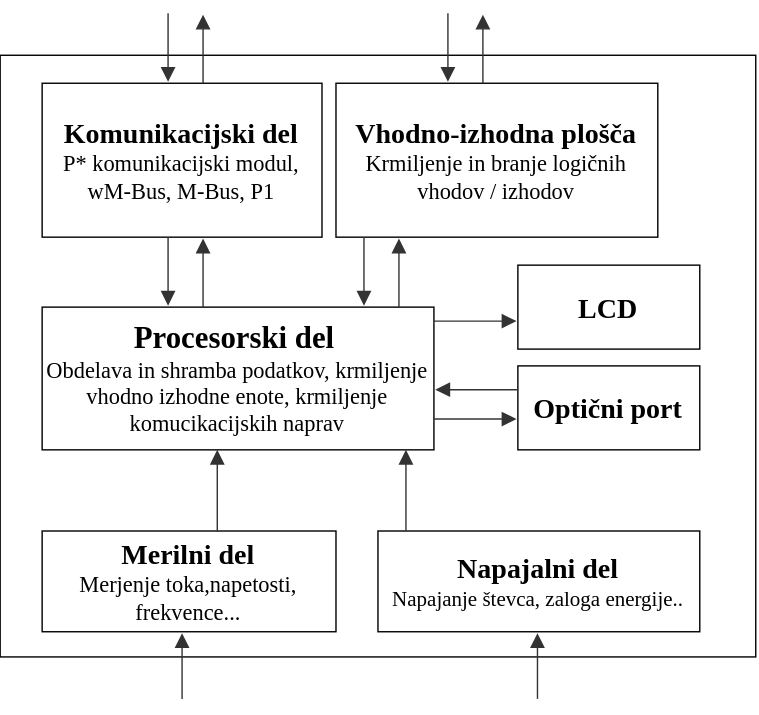
harka069/mag keeps this draw.io diagram as Slike/blok_shema_stevc.svg. Above is the earlier version. Source tidied: cells renumbered, new cells last; positions are measured from the earlier drawing's top-left corner, leaving out a move shared by most shapes.
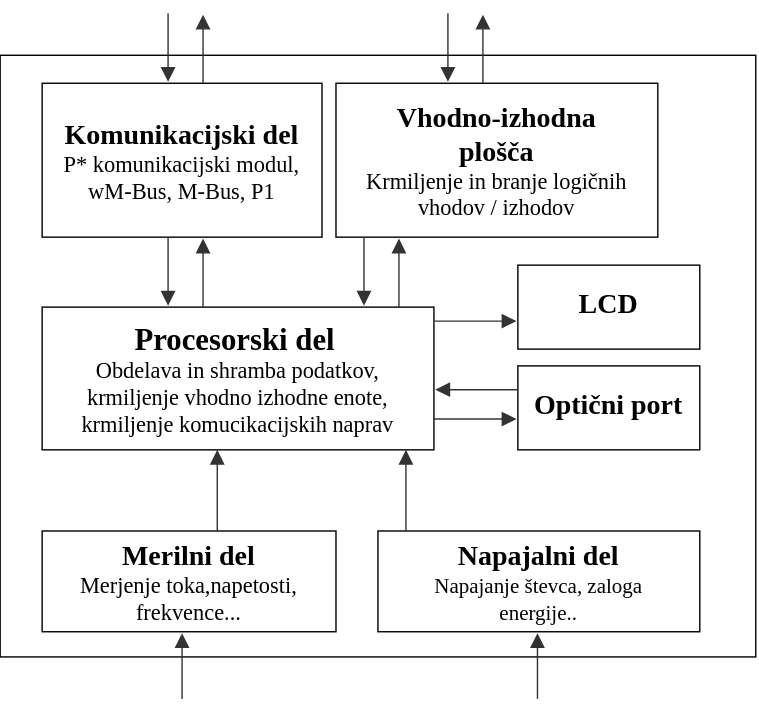
Above is the later version.

What changed in the source:
```diff
@@ -2,40 +2,40 @@
   <root>
     <mxCell id="0" />
     <mxCell id="1" parent="0" />
-    <mxCell id="2" style="rounded=0;html=1;whiteSpace=wrap;fontFamily=Latin Modern;" parent="1" vertex="1">
+    <mxCell id="2" style="rounded=0;html=1;whiteSpace=wrap;fontFamily=Latin Modern;convertToSvg=1;svgWhiteSpace=wrap;" parent="1" vertex="1">
       <mxGeometry x="250" y="100" width="540" height="430" as="geometry" />
     </mxCell>
-    <mxCell id="3" style="group;transparentBounds=1;editIcon=1;lockedGroup=0;groupPadding=10;whiteSpace=wrap;html=1;fontFamily=Latin Modern;" parent="1" vertex="1">
+    <mxCell id="3" style="group;transparentBounds=1;editIcon=1;lockedGroup=0;groupPadding=10;whiteSpace=wrap;html=1;fontFamily=Latin Modern;convertToSvg=1;svgWhiteSpace=wrap;" parent="1" vertex="1">
       <mxGeometry width="760" height="522" as="geometry" />
     </mxCell>
-    <mxCell id="4" value="&lt;div&gt;&lt;b&gt;&lt;font style=&quot;font-size: 20px;&quot;&gt;Merilni del&lt;/font&gt;&lt;/b&gt;&lt;/div&gt;&lt;div&gt;Merjenje toka,napetosti, frekvence...&lt;/div&gt;" style="html=1;strokeWidth=1;fontFamily=Latin Modern;fontSize=16;whiteSpace=wrap;" parent="3" vertex="1">
+    <mxCell id="4" value="&lt;div&gt;&lt;b&gt;&lt;font style=&quot;font-size: 20px;&quot;&gt;Merilni del&lt;/font&gt;&lt;/b&gt;&lt;/div&gt;&lt;div&gt;Merjenje toka,napetosti, frekvence...&lt;/div&gt;" style="html=1;strokeWidth=1;fontFamily=Latin Modern;fontSize=16;whiteSpace=wrap;convertToSvg=1;svgWhiteSpace=wrap;" parent="3" vertex="1">
       <mxGeometry x="280" y="440" width="210" height="72" as="geometry" />
     </mxCell>
-    <mxCell id="5" value="&lt;div&gt;&lt;b&gt;&lt;font style=&quot;font-size: 22px;&quot;&gt;Procesorski del&lt;/font&gt;&amp;nbsp;&lt;/b&gt;&lt;/div&gt;&lt;div&gt;Obdelava in shramba podatkov, krmiljenje vhodno izhodne enote, krmiljenje komucikacijskih naprav&lt;/div&gt;" style="html=1;strokeWidth=1;fontFamily=Latin Modern;fontSize=16;whiteSpace=wrap;" parent="3" vertex="1">
+    <mxCell id="5" value="&lt;div&gt;&lt;b&gt;&lt;font style=&quot;font-size: 22px;&quot;&gt;Procesorski del&lt;/font&gt;&amp;nbsp;&lt;/b&gt;&lt;/div&gt;&lt;div&gt;Obdelava in shramba podatkov, krmiljenje vhodno izhodne enote, krmiljenje komucikacijskih naprav&lt;/div&gt;" style="html=1;strokeWidth=1;fontFamily=Latin Modern;fontSize=16;whiteSpace=wrap;convertToSvg=1;svgWhiteSpace=wrap;" parent="3" vertex="1">
       <mxGeometry x="280" y="280" width="280" height="102" as="geometry" />
     </mxCell>
-    <mxCell id="6" value="&lt;div&gt;&lt;font&gt;&lt;b&gt;&lt;font style=&quot;font-size: 20px;&quot;&gt;Vhodno-izhodna plošča&lt;/font&gt;&lt;/b&gt;&lt;/font&gt;&lt;/div&gt;&lt;div&gt;&lt;font&gt;Krmiljenje in branje logičnih vhodov / izhodov&lt;/font&gt;&lt;/div&gt;" style="html=1;strokeWidth=1;fontFamily=Latin Modern;fontSize=16;whiteSpace=wrap;" parent="3" vertex="1">
+    <mxCell id="6" value="&lt;div&gt;&lt;font&gt;&lt;b&gt;&lt;font style=&quot;font-size: 20px;&quot;&gt;Vhodno-izhodna plošča&lt;/font&gt;&lt;/b&gt;&lt;/font&gt;&lt;/div&gt;&lt;div&gt;&lt;font&gt;Krmiljenje in branje logičnih vhodov / izhodov&lt;/font&gt;&lt;/div&gt;" style="html=1;strokeWidth=1;fontFamily=Latin Modern;fontSize=16;whiteSpace=wrap;convertToSvg=1;svgWhiteSpace=wrap;" parent="3" vertex="1">
       <mxGeometry x="490" y="120" width="230" height="110" as="geometry" />
     </mxCell>
-    <mxCell id="7" value="&lt;div&gt;&lt;b&gt;&lt;font style=&quot;font-size: 20px;&quot;&gt;Komunikacijski del&lt;/font&gt;&lt;/b&gt;&lt;/div&gt;&lt;div&gt;P* komunikacijski modul, wM-Bus, M-Bus, P1&lt;/div&gt;" style="html=1;strokeWidth=1;fontFamily=Latin Modern;fontSize=16;whiteSpace=wrap;" parent="3" vertex="1">
+    <mxCell id="7" value="&lt;div&gt;&lt;b&gt;&lt;font style=&quot;font-size: 20px;&quot;&gt;Komunikacijski del&lt;/font&gt;&lt;/b&gt;&lt;/div&gt;&lt;div&gt;P* komunikacijski modul, wM-Bus, M-Bus, P1&lt;/div&gt;" style="html=1;strokeWidth=1;fontFamily=Latin Modern;fontSize=16;whiteSpace=wrap;convertToSvg=1;svgWhiteSpace=wrap;" parent="3" vertex="1">
       <mxGeometry x="280" y="120" width="200" height="110" as="geometry" />
     </mxCell>
-    <mxCell id="8" style="curved=1;startArrow=none;endArrow=block;endSize=8;endFill=1;strokeColor=light-dark(#333333,#cccccc);rounded=0;bezier=0;orthogonal=1;exitX=0.596;exitY=0.004;exitDx=0;exitDy=0;exitPerimeter=0;html=1;fontFamily=Latin Modern;" parent="3" edge="1" source="4" target="5">
+    <mxCell id="8" style="curved=1;startArrow=none;endArrow=block;endSize=8;endFill=1;strokeColor=light-dark(#333333,#cccccc);rounded=0;bezier=0;orthogonal=1;exitX=0.596;exitY=0.004;exitDx=0;exitDy=0;exitPerimeter=0;html=1;fontFamily=Latin Modern;convertToSvg=1;" parent="3" edge="1" source="4" target="5">
       <mxGeometry relative="1" as="geometry" />
     </mxCell>
-    <mxCell id="9" value="&lt;font style=&quot;font-size: 20px;&quot;&gt;&lt;b&gt;Optični port&lt;/b&gt;&lt;/font&gt;" style="rounded=0;html=1;whiteSpace=wrap;fontFamily=Latin Modern;" parent="3" vertex="1">
+    <mxCell id="9" value="&lt;font style=&quot;font-size: 20px;&quot;&gt;&lt;b&gt;Optični port&lt;/b&gt;&lt;/font&gt;" style="rounded=0;html=1;whiteSpace=wrap;fontFamily=Latin Modern;convertToSvg=1;svgWhiteSpace=wrap;" parent="3" vertex="1">
       <mxGeometry x="620" y="322" width="130" height="60" as="geometry" />
     </mxCell>
-    <mxCell id="10" value="&lt;b&gt;&lt;font style=&quot;font-size: 20px;&quot;&gt;LCD&lt;/font&gt;&lt;/b&gt;" style="rounded=0;html=1;whiteSpace=wrap;fontFamily=Latin Modern;" parent="3" vertex="1">
+    <mxCell id="10" value="&lt;b&gt;&lt;font style=&quot;font-size: 20px;&quot;&gt;LCD&lt;/font&gt;&lt;/b&gt;" style="rounded=0;html=1;whiteSpace=wrap;fontFamily=Latin Modern;convertToSvg=1;svgWhiteSpace=wrap;" parent="3" vertex="1">
       <mxGeometry x="620" y="250" width="130" height="60" as="geometry" />
     </mxCell>
-    <mxCell id="11" style="startArrow=none;endArrow=block;endSize=8;endFill=1;strokeColor=light-dark(#333333,#cccccc);rounded=0;exitX=0.25;exitY=0;exitDx=0;exitDy=0;edgeStyle=elbowEdgeStyle;orthogonal=1;startFill=0;elbow=vertical;html=1;fontFamily=Latin Modern;" parent="3" edge="1">
+    <mxCell id="11" style="startArrow=none;endArrow=block;endSize=8;endFill=1;strokeColor=light-dark(#333333,#cccccc);rounded=0;exitX=0.25;exitY=0;exitDx=0;exitDy=0;edgeStyle=elbowEdgeStyle;orthogonal=1;startFill=0;elbow=vertical;html=1;fontFamily=Latin Modern;convertToSvg=1;" parent="3" edge="1">
       <mxGeometry relative="1" as="geometry">
         <mxPoint x="560" y="290" as="sourcePoint" />
         <mxPoint x="619" y="290" as="targetPoint" />
       </mxGeometry>
     </mxCell>
-    <mxCell id="12" style="startArrow=none;endArrow=block;endSize=8;endFill=1;strokeColor=light-dark(#333333,#cccccc);rounded=0;exitX=0.25;exitY=0;exitDx=0;exitDy=0;edgeStyle=orthogonalEdgeStyle;html=1;fontFamily=Latin Modern;" parent="1" edge="1">
+    <mxCell id="12" style="startArrow=none;endArrow=block;endSize=8;endFill=1;strokeColor=light-dark(#333333,#cccccc);rounded=0;exitX=0.25;exitY=0;exitDx=0;exitDy=0;edgeStyle=orthogonalEdgeStyle;html=1;fontFamily=Latin Modern;convertToSvg=1;" parent="1" edge="1">
       <mxGeometry relative="1" as="geometry">
         <mxPoint x="535" y="280" as="sourcePoint" />
         <mxPoint x="535" y="231" as="targetPoint" />
@@ -45,7 +45,7 @@
         </Array>
       </mxGeometry>
     </mxCell>
-    <mxCell id="13" style="startArrow=none;endArrow=block;endSize=8;endFill=1;strokeColor=light-dark(#333333,#cccccc);rounded=0;entryX=0.154;entryY=-0.005;entryDx=0;entryDy=0;entryPerimeter=0;orthogonal=1;exitX=0.451;exitY=0.999;exitDx=0;exitDy=0;exitPerimeter=0;edgeStyle=orthogonalEdgeStyle;html=1;fontFamily=Latin Modern;" parent="1" edge="1">
+    <mxCell id="13" style="startArrow=none;endArrow=block;endSize=8;endFill=1;strokeColor=light-dark(#333333,#cccccc);rounded=0;entryX=0.154;entryY=-0.005;entryDx=0;entryDy=0;entryPerimeter=0;orthogonal=1;exitX=0.451;exitY=0.999;exitDx=0;exitDy=0;exitPerimeter=0;edgeStyle=orthogonalEdgeStyle;html=1;fontFamily=Latin Modern;convertToSvg=1;" parent="1" edge="1">
       <mxGeometry relative="1" as="geometry">
         <mxPoint x="510" y="230" as="sourcePoint" />
         <mxPoint x="510" y="279" as="targetPoint" />
@@ -54,7 +54,7 @@
         </Array>
       </mxGeometry>
     </mxCell>
-    <mxCell id="14" style="startArrow=none;endArrow=block;endSize=8;endFill=1;strokeColor=light-dark(#333333,#cccccc);rounded=0;exitX=0.25;exitY=0;exitDx=0;exitDy=0;edgeStyle=orthogonalEdgeStyle;html=1;fontFamily=Latin Modern;" parent="1" edge="1">
+    <mxCell id="14" style="startArrow=none;endArrow=block;endSize=8;endFill=1;strokeColor=light-dark(#333333,#cccccc);rounded=0;exitX=0.25;exitY=0;exitDx=0;exitDy=0;edgeStyle=orthogonalEdgeStyle;html=1;fontFamily=Latin Modern;convertToSvg=1;" parent="1" edge="1">
       <mxGeometry relative="1" as="geometry">
         <mxPoint x="395" y="280" as="sourcePoint" />
         <mxPoint x="395" y="231" as="targetPoint" />
@@ -64,7 +64,7 @@
         </Array>
       </mxGeometry>
     </mxCell>
-    <mxCell id="15" style="startArrow=none;endArrow=block;endSize=8;endFill=1;strokeColor=light-dark(#333333,#cccccc);rounded=0;entryX=0.154;entryY=-0.005;entryDx=0;entryDy=0;entryPerimeter=0;orthogonal=1;exitX=0.451;exitY=0.999;exitDx=0;exitDy=0;exitPerimeter=0;edgeStyle=orthogonalEdgeStyle;html=1;fontFamily=Latin Modern;" parent="1" edge="1">
+    <mxCell id="15" style="startArrow=none;endArrow=block;endSize=8;endFill=1;strokeColor=light-dark(#333333,#cccccc);rounded=0;entryX=0.154;entryY=-0.005;entryDx=0;entryDy=0;entryPerimeter=0;orthogonal=1;exitX=0.451;exitY=0.999;exitDx=0;exitDy=0;exitPerimeter=0;edgeStyle=orthogonalEdgeStyle;html=1;fontFamily=Latin Modern;convertToSvg=1;" parent="1" edge="1">
       <mxGeometry relative="1" as="geometry">
         <mxPoint x="370" y="230" as="sourcePoint" />
         <mxPoint x="370" y="279" as="targetPoint" />
@@ -73,7 +73,7 @@
         </Array>
       </mxGeometry>
     </mxCell>
-    <mxCell id="16" style="startArrow=none;endArrow=block;endSize=8;endFill=1;strokeColor=light-dark(#333333,#cccccc);rounded=0;exitX=0.25;exitY=0;exitDx=0;exitDy=0;edgeStyle=orthogonalEdgeStyle;html=1;fontFamily=Latin Modern;" parent="1" edge="1">
+    <mxCell id="16" style="startArrow=none;endArrow=block;endSize=8;endFill=1;strokeColor=light-dark(#333333,#cccccc);rounded=0;exitX=0.25;exitY=0;exitDx=0;exitDy=0;edgeStyle=orthogonalEdgeStyle;html=1;fontFamily=Latin Modern;convertToSvg=1;" parent="1" edge="1">
       <mxGeometry relative="1" as="geometry">
         <mxPoint x="395" y="120" as="sourcePoint" />
         <mxPoint x="395" y="71" as="targetPoint" />
@@ -83,7 +83,7 @@
         </Array>
       </mxGeometry>
     </mxCell>
-    <mxCell id="17" style="startArrow=none;endArrow=block;endSize=8;endFill=1;strokeColor=light-dark(#333333,#cccccc);rounded=0;entryX=0.154;entryY=-0.005;entryDx=0;entryDy=0;entryPerimeter=0;orthogonal=1;exitX=0.451;exitY=0.999;exitDx=0;exitDy=0;exitPerimeter=0;edgeStyle=orthogonalEdgeStyle;html=1;fontFamily=Latin Modern;" parent="1" edge="1">
+    <mxCell id="17" style="startArrow=none;endArrow=block;endSize=8;endFill=1;strokeColor=light-dark(#333333,#cccccc);rounded=0;entryX=0.154;entryY=-0.005;entryDx=0;entryDy=0;entryPerimeter=0;orthogonal=1;exitX=0.451;exitY=0.999;exitDx=0;exitDy=0;exitPerimeter=0;edgeStyle=orthogonalEdgeStyle;html=1;fontFamily=Latin Modern;convertToSvg=1;" parent="1" edge="1">
       <mxGeometry relative="1" as="geometry">
         <mxPoint x="370" y="70" as="sourcePoint" />
         <mxPoint x="370" y="119" as="targetPoint" />
@@ -92,7 +92,7 @@
         </Array>
       </mxGeometry>
     </mxCell>
-    <mxCell id="18" style="startArrow=none;endArrow=block;endSize=8;endFill=1;strokeColor=light-dark(#333333,#cccccc);rounded=0;exitX=0.25;exitY=0;exitDx=0;exitDy=0;edgeStyle=orthogonalEdgeStyle;html=1;fontFamily=Latin Modern;" parent="1" edge="1">
+    <mxCell id="18" style="startArrow=none;endArrow=block;endSize=8;endFill=1;strokeColor=light-dark(#333333,#cccccc);rounded=0;exitX=0.25;exitY=0;exitDx=0;exitDy=0;edgeStyle=orthogonalEdgeStyle;html=1;fontFamily=Latin Modern;convertToSvg=1;" parent="1" edge="1">
       <mxGeometry relative="1" as="geometry">
         <mxPoint x="595" y="120" as="sourcePoint" />
         <mxPoint x="595" y="71" as="targetPoint" />
@@ -102,7 +102,7 @@
         </Array>
       </mxGeometry>
     </mxCell>
-    <mxCell id="19" style="startArrow=none;endArrow=block;endSize=8;endFill=1;strokeColor=light-dark(#333333,#cccccc);rounded=0;entryX=0.154;entryY=-0.005;entryDx=0;entryDy=0;entryPerimeter=0;orthogonal=1;exitX=0.451;exitY=0.999;exitDx=0;exitDy=0;exitPerimeter=0;edgeStyle=orthogonalEdgeStyle;html=1;fontFamily=Latin Modern;" parent="1" edge="1">
+    <mxCell id="19" style="startArrow=none;endArrow=block;endSize=8;endFill=1;strokeColor=light-dark(#333333,#cccccc);rounded=0;entryX=0.154;entryY=-0.005;entryDx=0;entryDy=0;entryPerimeter=0;orthogonal=1;exitX=0.451;exitY=0.999;exitDx=0;exitDy=0;exitPerimeter=0;edgeStyle=orthogonalEdgeStyle;html=1;fontFamily=Latin Modern;convertToSvg=1;" parent="1" edge="1">
       <mxGeometry relative="1" as="geometry">
         <mxPoint x="570" y="70" as="sourcePoint" />
         <mxPoint x="570" y="119" as="targetPoint" />
@@ -111,16 +111,16 @@
         </Array>
       </mxGeometry>
     </mxCell>
-    <mxCell id="20" value="&lt;div&gt;&lt;font style=&quot;font-size: 20px;&quot;&gt;&lt;b&gt;Napajalni del&lt;/b&gt;&lt;/font&gt;&lt;/div&gt;&lt;div&gt;&lt;font style=&quot;font-size: 15px;&quot;&gt;Napajanje števca, zaloga energije..&lt;/font&gt;&lt;/div&gt;" style="html=1;strokeWidth=1;fontFamily=Latin Modern;fontSize=16;whiteSpace=wrap;" parent="1" vertex="1">
+    <mxCell id="20" value="&lt;div&gt;&lt;font style=&quot;font-size: 20px;&quot;&gt;&lt;b&gt;Napajalni del&lt;/b&gt;&lt;/font&gt;&lt;/div&gt;&lt;div&gt;&lt;font style=&quot;font-size: 15px;&quot;&gt;Napajanje števca, zaloga energije..&lt;/font&gt;&lt;/div&gt;" style="html=1;strokeWidth=1;fontFamily=Latin Modern;fontSize=16;whiteSpace=wrap;convertToSvg=1;svgWhiteSpace=wrap;" parent="1" vertex="1">
       <mxGeometry x="520" y="440" width="230" height="72" as="geometry" />
     </mxCell>
-    <mxCell id="21" style="startArrow=none;endArrow=block;endSize=8;endFill=1;strokeColor=light-dark(#333333,#cccccc);rounded=0;exitX=0.25;exitY=0;exitDx=0;exitDy=0;edgeStyle=elbowEdgeStyle;orthogonal=1;startFill=0;elbow=vertical;html=1;fontFamily=Latin Modern;" parent="1" edge="1">
+    <mxCell id="21" style="startArrow=none;endArrow=block;endSize=8;endFill=1;strokeColor=light-dark(#333333,#cccccc);rounded=0;exitX=0.25;exitY=0;exitDx=0;exitDy=0;edgeStyle=elbowEdgeStyle;orthogonal=1;startFill=0;elbow=vertical;html=1;fontFamily=Latin Modern;convertToSvg=1;" parent="1" edge="1">
       <mxGeometry relative="1" as="geometry">
         <mxPoint x="560" y="360" as="sourcePoint" />
         <mxPoint x="619" y="360" as="targetPoint" />
       </mxGeometry>
     </mxCell>
-    <mxCell id="22" style="startArrow=none;endArrow=block;endSize=8;endFill=1;strokeColor=light-dark(#333333,#cccccc);rounded=0;entryX=0.154;entryY=-0.005;entryDx=0;entryDy=0;entryPerimeter=0;orthogonal=1;exitX=0.451;exitY=0.999;exitDx=0;exitDy=0;exitPerimeter=0;edgeStyle=orthogonalEdgeStyle;html=1;fontFamily=Latin Modern;" parent="1" edge="1">
+    <mxCell id="22" style="startArrow=none;endArrow=block;endSize=8;endFill=1;strokeColor=light-dark(#333333,#cccccc);rounded=0;entryX=0.154;entryY=-0.005;entryDx=0;entryDy=0;entryPerimeter=0;orthogonal=1;exitX=0.451;exitY=0.999;exitDx=0;exitDy=0;exitPerimeter=0;edgeStyle=orthogonalEdgeStyle;html=1;fontFamily=Latin Modern;convertToSvg=1;" parent="1" edge="1">
       <mxGeometry relative="1" as="geometry">
         <mxPoint x="620" y="339" as="sourcePoint" />
         <mxPoint x="561" y="339" as="targetPoint" />
@@ -129,19 +129,19 @@
         </Array>
       </mxGeometry>
     </mxCell>
-    <mxCell id="23" style="curved=1;startArrow=none;endArrow=block;endSize=8;endFill=1;strokeColor=light-dark(#333333,#cccccc);rounded=0;bezier=0;orthogonal=1;exitX=0.596;exitY=0.004;exitDx=0;exitDy=0;exitPerimeter=0;html=1;fontFamily=Latin Modern;" parent="1" edge="1">
+    <mxCell id="23" style="curved=1;startArrow=none;endArrow=block;endSize=8;endFill=1;strokeColor=light-dark(#333333,#cccccc);rounded=0;bezier=0;orthogonal=1;exitX=0.596;exitY=0.004;exitDx=0;exitDy=0;exitPerimeter=0;html=1;fontFamily=Latin Modern;convertToSvg=1;" parent="1" edge="1">
       <mxGeometry relative="1" as="geometry">
         <mxPoint x="540" y="440" as="sourcePoint" />
         <mxPoint x="540" y="382" as="targetPoint" />
       </mxGeometry>
     </mxCell>
-    <mxCell id="24" style="startArrow=none;endArrow=block;endSize=8;endFill=1;strokeColor=light-dark(#333333,#cccccc);rounded=0;exitX=0.25;exitY=0;exitDx=0;exitDy=0;edgeStyle=orthogonalEdgeStyle;html=1;fontFamily=Latin Modern;" parent="1" edge="1">
+    <mxCell id="24" style="startArrow=none;endArrow=block;endSize=8;endFill=1;strokeColor=light-dark(#333333,#cccccc);rounded=0;exitX=0.25;exitY=0;exitDx=0;exitDy=0;edgeStyle=orthogonalEdgeStyle;html=1;fontFamily=Latin Modern;convertToSvg=1;" parent="1" edge="1">
       <mxGeometry relative="1" as="geometry">
         <mxPoint x="634" y="560" as="sourcePoint" />
         <mxPoint x="634" y="513" as="targetPoint" />
       </mxGeometry>
     </mxCell>
-    <mxCell id="25" style="startArrow=none;endArrow=block;endSize=8;endFill=1;strokeColor=light-dark(#333333,#cccccc);rounded=0;exitX=0.25;exitY=0;exitDx=0;exitDy=0;edgeStyle=orthogonalEdgeStyle;html=1;fontFamily=Latin Modern;" parent="1" edge="1">
+    <mxCell id="25" style="startArrow=none;endArrow=block;endSize=8;endFill=1;strokeColor=light-dark(#333333,#cccccc);rounded=0;exitX=0.25;exitY=0;exitDx=0;exitDy=0;edgeStyle=orthogonalEdgeStyle;html=1;fontFamily=Latin Modern;convertToSvg=1;" parent="1" edge="1">
       <mxGeometry relative="1" as="geometry">
         <mxPoint x="380" y="560" as="sourcePoint" />
         <mxPoint x="380" y="513" as="targetPoint" />
```
